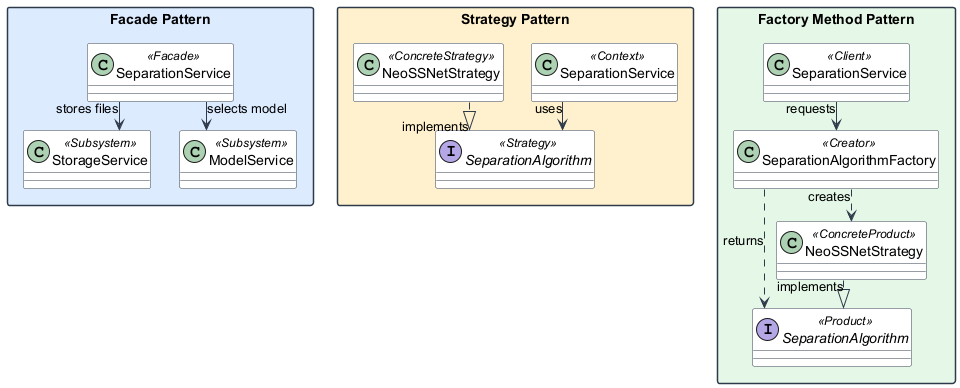
Above: docs/software_design_report/diagrams/img/pattern_location_overview.png in ASHRAF-2004/Machine-Learning-Based-System-for-Cardiopulmonary-Sound-Separation (PlantUML), before the change. Its diagram source:
```plantuml
@startuml

top to bottom direction
skinparam classAttributeIconSize 0
skinparam linetype ortho
skinparam shadowing false
skinparam packageStyle rectangle
skinparam nodesep 28
skinparam ranksep 28
skinparam class {
  BackgroundColor #FFFFFF
  BorderColor #2F3A4A
  ArrowColor #2F3A4A
}
skinparam package {
  BorderColor #2F3A4A
  FontStyle bold
}

package "Facade Pattern" as FacadePkg #DCEBFF {
  class "SeparationService" as FacadeService <<Facade>>
  class "StorageService" as FacadeStorage <<Subsystem>>
  class "ModelService" as FacadeModel <<Subsystem>>

  FacadeService --> FacadeModel : selects model
  FacadeService --> FacadeStorage : stores files
}

package "Strategy Pattern" as StrategyPkg #FFF1CC {
  class "SeparationService" as StrategyContext <<Context>>
  interface "SeparationAlgorithm" as StrategyInterface <<Strategy>>
  class "NeoSSNetStrategy" as StrategyConcrete <<ConcreteStrategy>>

  StrategyContext --> StrategyInterface : uses
  StrategyConcrete ..|> StrategyInterface : implements
}

package "Factory Method Pattern" as FactoryPkg #E4F7E7 {
  class "SeparationService" as FactoryClient <<Client>>
  class "SeparationAlgorithmFactory" as FactoryCreator <<Creator>>
  interface "SeparationAlgorithm" as FactoryProduct <<Product>>
  class "NeoSSNetStrategy" as FactoryConcreteProduct <<ConcreteProduct>>

  FactoryClient --> FactoryCreator : requests
  FactoryCreator ..> FactoryProduct : returns
  FactoryCreator ..> FactoryConcreteProduct : creates
  FactoryConcreteProduct ..|> FactoryProduct : implements
}

@enduml
```
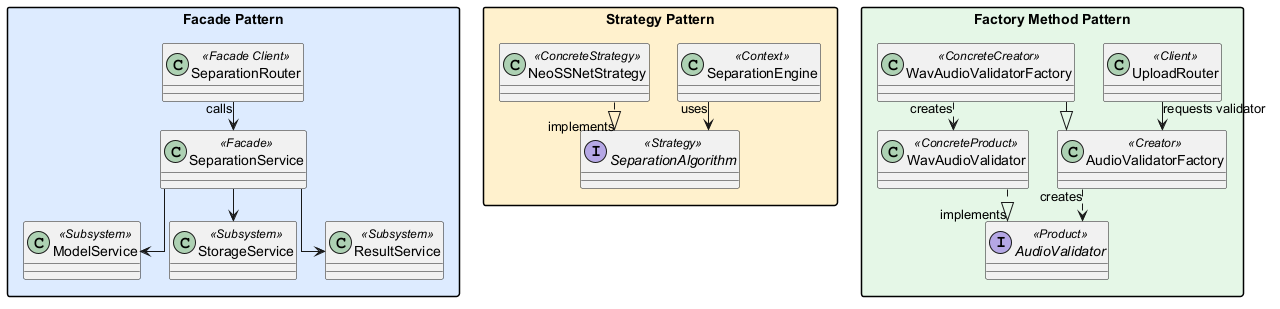
After the commit.

Change to the diagram source:
```diff
@@ -7,27 +7,22 @@
 skinparam packageStyle rectangle
 skinparam nodesep 28
 skinparam ranksep 28
-skinparam class {
-  BackgroundColor #FFFFFF
-  BorderColor #2F3A4A
-  ArrowColor #2F3A4A
-}
-skinparam package {
-  BorderColor #2F3A4A
-  FontStyle bold
-}
 
 package "Facade Pattern" as FacadePkg #DCEBFF {
+  class "SeparationRouter" as FacadeClient <<Facade Client>>
   class "SeparationService" as FacadeService <<Facade>>
+  class "ModelService" as FacadeModel <<Subsystem>>
   class "StorageService" as FacadeStorage <<Subsystem>>
-  class "ModelService" as FacadeModel <<Subsystem>>
+  class "ResultService" as FacadeResult <<Subsystem>>
 
-  FacadeService --> FacadeModel : selects model
-  FacadeService --> FacadeStorage : stores files
+  FacadeClient --> FacadeService : calls
+  FacadeService --> FacadeModel
+  FacadeService --> FacadeStorage
+  FacadeService --> FacadeResult
 }
 
 package "Strategy Pattern" as StrategyPkg #FFF1CC {
-  class "SeparationService" as StrategyContext <<Context>>
+  class "SeparationEngine" as StrategyContext <<Context>>
   interface "SeparationAlgorithm" as StrategyInterface <<Strategy>>
   class "NeoSSNetStrategy" as StrategyConcrete <<ConcreteStrategy>>
 
@@ -36,14 +31,16 @@
 }
 
 package "Factory Method Pattern" as FactoryPkg #E4F7E7 {
-  class "SeparationService" as FactoryClient <<Client>>
-  class "SeparationAlgorithmFactory" as FactoryCreator <<Creator>>
-  interface "SeparationAlgorithm" as FactoryProduct <<Product>>
-  class "NeoSSNetStrategy" as FactoryConcreteProduct <<ConcreteProduct>>
+  class "UploadRouter" as FactoryClient <<Client>>
+  class "AudioValidatorFactory" as FactoryCreator <<Creator>>
+  class "WavAudioValidatorFactory" as FactoryConcreteCreator <<ConcreteCreator>>
+  interface "AudioValidator" as FactoryProduct <<Product>>
+  class "WavAudioValidator" as FactoryConcreteProduct <<ConcreteProduct>>
 
-  FactoryClient --> FactoryCreator : requests
-  FactoryCreator ..> FactoryProduct : returns
-  FactoryCreator ..> FactoryConcreteProduct : creates
+  FactoryClient --> FactoryCreator : requests validator
+  FactoryConcreteCreator --|> FactoryCreator
+  FactoryCreator ..> FactoryProduct : creates
+  FactoryConcreteCreator ..> FactoryConcreteProduct : creates
   FactoryConcreteProduct ..|> FactoryProduct : implements
 }
 
```
